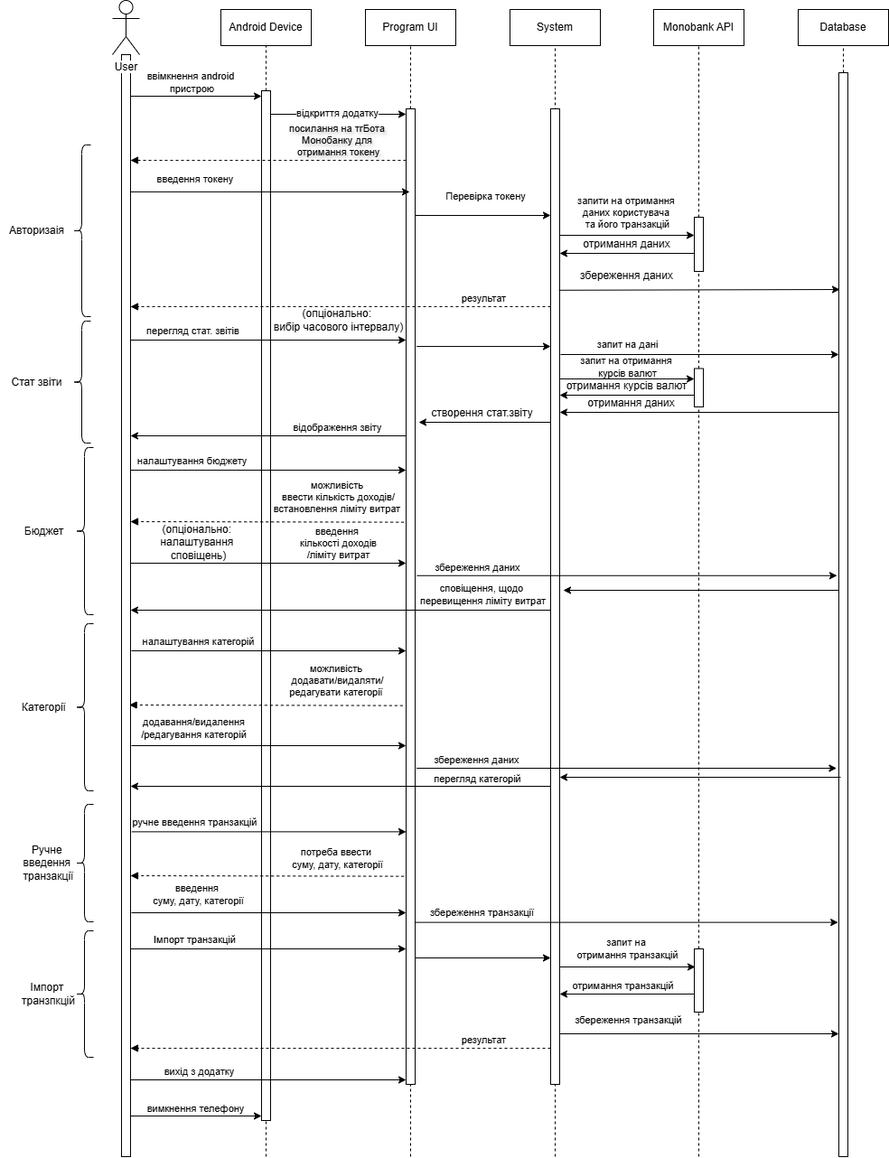
The draw.io diagram diagrams/UML/sequence_UMLdiag.drawio.png in deyme17/ExpensesTracker, before a commit. Source tidied: cells renumbered, new cells last; positions are measured from the earlier drawing's top-left corner, leaving out a move shared by most shapes.
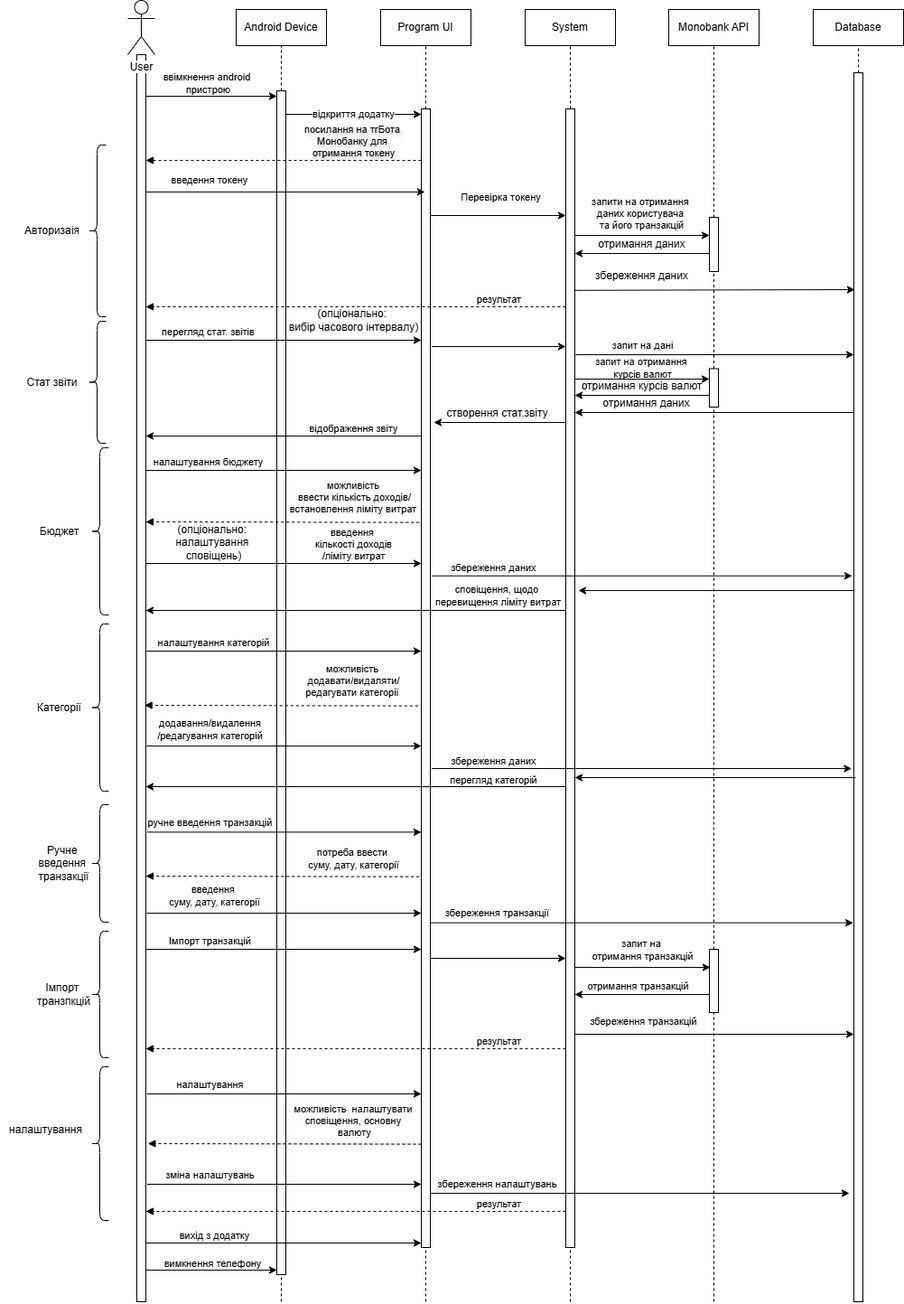
After the change.

The edit, as a diff of the source:
```diff
@@ -18,7 +18,7 @@
       <mxGeometry x="723" y="10" width="100" height="40" as="geometry" />
     </mxCell>
     <mxCell id="7" style="html=1;points=[[0,0,0,0,5],[0,1,0,0,-5],[1,0,0,0,5],[1,1,0,0,-5]];perimeter=orthogonalPerimeter;outlineConnect=0;targetShapes=umlLifeline;portConstraint=eastwest;newEdgeStyle={&quot;curved&quot;:0,&quot;rounded&quot;:0};" parent="1" vertex="1">
-      <mxGeometry x="134" y="60" width="10" height="1220" as="geometry" />
+      <mxGeometry x="134" y="60" width="10" height="1380" as="geometry" />
     </mxCell>
     <mxCell id="8" style="endArrow=none;dashed=1;html=1;rounded=0;entryX=0.5;entryY=1;entryDx=0;entryDy=0;" parent="1" edge="1" source="34" target="5">
       <mxGeometry relative="1" as="geometry" />
@@ -28,7 +28,7 @@
     </mxCell>
     <mxCell id="10" style="endArrow=none;dashed=1;html=1;rounded=0;entryX=0.5;entryY=1;entryDx=0;entryDy=0;" parent="1" edge="1" target="4">
       <mxGeometry relative="1" as="geometry">
-        <mxPoint x="614" y="1280" as="sourcePoint" />
+        <mxPoint x="614" y="1440" as="sourcePoint" />
       </mxGeometry>
     </mxCell>
     <mxCell id="11" style="endArrow=none;dashed=1;html=1;rounded=0;entryX=0.5;entryY=1;entryDx=0;entryDy=0;" parent="1" edge="1" source="19" target="3">
@@ -39,11 +39,11 @@
     </mxCell>
     <mxCell id="13" style="endArrow=none;dashed=1;html=1;rounded=0;entryX=0.5;entryY=1;entryDx=0;entryDy=0;" parent="1" edge="1" target="14">
       <mxGeometry relative="1" as="geometry">
-        <mxPoint x="294" y="1280" as="sourcePoint" />
+        <mxPoint x="294" y="1440" as="sourcePoint" />
       </mxGeometry>
     </mxCell>
     <mxCell id="14" style="html=1;points=[[0,0,0,0,5],[0,1,0,0,-5],[1,0,0,0,5],[1,1,0,0,-5]];perimeter=orthogonalPerimeter;outlineConnect=0;targetShapes=umlLifeline;portConstraint=eastwest;newEdgeStyle={&quot;curved&quot;:0,&quot;rounded&quot;:0};" parent="1" vertex="1">
-      <mxGeometry x="289" y="100" width="10" height="1140" as="geometry" />
+      <mxGeometry x="289" y="100" width="10" height="1310" as="geometry" />
     </mxCell>
     <mxCell id="15" value="&lt;span style=&quot;background-color: light-dark(#ffffff, var(--ge-dark-color, #121212));&quot;&gt;User&lt;/span&gt;" style="shape=umlActor;verticalLabelPosition=bottom;verticalAlign=top;html=1;" parent="1" vertex="1">
       <mxGeometry x="124" width="30" height="60" as="geometry" />
@@ -61,11 +61,11 @@
     </mxCell>
     <mxCell id="18" style="endArrow=none;dashed=1;html=1;rounded=0;entryX=0.5;entryY=1;entryDx=0;entryDy=0;" parent="1" edge="1" target="19">
       <mxGeometry relative="1" as="geometry">
-        <mxPoint x="454" y="1280" as="sourcePoint" />
+        <mxPoint x="454" y="1440" as="sourcePoint" />
       </mxGeometry>
     </mxCell>
     <mxCell id="19" style="html=1;points=[[0,0,0,0,5],[0,1,0,0,-5],[1,0,0,0,5],[1,1,0,0,-5]];perimeter=orthogonalPerimeter;outlineConnect=0;targetShapes=umlLifeline;portConstraint=eastwest;newEdgeStyle={&quot;curved&quot;:0,&quot;rounded&quot;:0};" parent="1" vertex="1">
-      <mxGeometry x="449" y="120" width="10" height="1080" as="geometry" />
+      <mxGeometry x="449" y="120" width="10" height="1260" as="geometry" />
     </mxCell>
     <mxCell id="20" style="endArrow=classic;html=1;rounded=0;entryX=0;entryY=0;entryDx=0;entryDy=5;entryPerimeter=0;" parent="1" edge="1">
       <mxGeometry relative="1" as="geometry">
@@ -79,7 +79,7 @@
       </mxGeometry>
     </mxCell>
     <mxCell id="22" style="html=1;points=[[0,0,0,0,5],[0,1,0,0,-5],[1,0,0,0,5],[1,1,0,0,-5]];perimeter=orthogonalPerimeter;outlineConnect=0;targetShapes=umlLifeline;portConstraint=eastwest;newEdgeStyle={&quot;curved&quot;:0,&quot;rounded&quot;:0};" parent="1" vertex="1">
-      <mxGeometry x="609" y="120" width="10" height="1080" as="geometry" />
+      <mxGeometry x="609" y="120" width="10" height="1260" as="geometry" />
     </mxCell>
     <mxCell id="23" style="html=1;verticalAlign=bottom;labelBackgroundColor=none;endArrow=block;endFill=1;dashed=1;rounded=0;" parent="1" edge="1">
       <mxGeometry relative="1" as="geometry">
@@ -137,7 +137,7 @@
       </mxGeometry>
     </mxCell>
     <mxCell id="34" style="html=1;points=[[0,0,0,0,5],[0,1,0,0,-5],[1,0,0,0,5],[1,1,0,0,-5]];perimeter=orthogonalPerimeter;outlineConnect=0;targetShapes=umlLifeline;portConstraint=eastwest;newEdgeStyle={&quot;curved&quot;:0,&quot;rounded&quot;:0};" parent="1" vertex="1">
-      <mxGeometry x="928" y="80" width="10" height="1200" as="geometry" />
+      <mxGeometry x="928" y="80" width="10" height="1360" as="geometry" />
     </mxCell>
     <mxCell id="35" style="endArrow=classic;html=1;rounded=0;" parent="1" edge="1" target="38">
       <mxGeometry relative="1" as="geometry">
@@ -463,7 +463,7 @@
     </mxCell>
     <mxCell id="103" style="endArrow=none;dashed=1;html=1;rounded=0;entryX=0.5;entryY=1;entryDx=0;entryDy=0;" parent="1" edge="1" target="104">
       <mxGeometry relative="1" as="geometry">
-        <mxPoint x="773" y="1280" as="sourcePoint" />
+        <mxPoint x="773" y="1440" as="sourcePoint" />
       </mxGeometry>
     </mxCell>
     <mxCell id="104" style="html=1;points=[[0,0,0,0,5],[0,1,0,0,-5],[1,0,0,0,5],[1,1,0,0,-5]];perimeter=orthogonalPerimeter;outlineConnect=0;targetShapes=umlLifeline;portConstraint=eastwest;newEdgeStyle={&quot;curved&quot;:0,&quot;rounded&quot;:0};" parent="1" vertex="1">
@@ -532,5 +532,66 @@
         <mxPoint y="-7" as="offset" />
       </mxGeometry>
     </mxCell>
+    <mxCell id="119" style="shape=curlyBracket;whiteSpace=wrap;html=1;rounded=1;labelPosition=left;verticalLabelPosition=middle;align=right;verticalAlign=middle;" parent="1" vertex="1">
+      <mxGeometry x="83" y="1180" width="20" height="170" as="geometry" />
+    </mxCell>
+    <mxCell id="120" value="налаштування" style="text;html=1;align=center;verticalAlign=middle;strokeColor=none;fillColor=none;" parent="1" vertex="1">
+      <mxGeometry x="-17" y="1235" width="100" height="30" as="geometry" />
+    </mxCell>
+    <mxCell id="121" style="endArrow=classic;html=1;rounded=0;exitX=1.138;exitY=0.738;exitDx=0;exitDy=0;exitPerimeter=0;" parent="1" edge="1">
+      <mxGeometry relative="1" as="geometry">
+        <mxPoint x="145.4" y="1210" as="sourcePoint" />
+        <mxPoint x="449" y="1210" as="targetPoint" />
+      </mxGeometry>
+    </mxCell>
+    <mxCell id="122" value="налаштування" style="edgeLabel;html=1;align=center;verticalAlign=middle;" parent="121" vertex="1">
+      <mxGeometry x="-0.61" y="-1" relative="1" as="geometry">
+        <mxPoint x="9" y="-12" as="offset" />
+      </mxGeometry>
+    </mxCell>
+    <mxCell id="123" style="html=1;verticalAlign=bottom;labelBackgroundColor=none;endArrow=block;endFill=1;dashed=1;rounded=0;exitX=-0.23;exitY=0.524;exitDx=0;exitDy=0;exitPerimeter=0;" parent="1" edge="1">
+      <mxGeometry relative="1" as="geometry">
+        <mxPoint x="449" y="1265.6" as="sourcePoint" />
+        <mxPoint x="146.3" y="1265" as="targetPoint" />
+      </mxGeometry>
+    </mxCell>
+    <mxCell id="124" value="можливість&amp;nbsp;&amp;nbsp;&lt;span style=&quot;background-color: light-dark(#ffffff, var(--ge-dark-color, #121212)); color: light-dark(rgb(0, 0, 0), rgb(255, 255, 255));&quot;&gt;налаштувати&amp;nbsp;&lt;/span&gt;&lt;div&gt;&lt;div&gt;сповіщення, основну&amp;nbsp;&lt;/div&gt;&lt;div&gt;валюту&lt;/div&gt;&lt;/div&gt;" style="edgeLabel;html=1;align=center;verticalAlign=middle;" parent="123" vertex="1">
+      <mxGeometry x="-0.64" relative="1" as="geometry">
+        <mxPoint x="-20" y="-26" as="offset" />
+      </mxGeometry>
+    </mxCell>
+    <mxCell id="125" style="endArrow=classic;html=1;rounded=0;exitX=1.138;exitY=0.738;exitDx=0;exitDy=0;exitPerimeter=0;" parent="1" edge="1">
+      <mxGeometry relative="1" as="geometry">
+        <mxPoint x="145.4" y="1310" as="sourcePoint" />
+        <mxPoint x="449" y="1310" as="targetPoint" />
+      </mxGeometry>
+    </mxCell>
+    <mxCell id="126" value="зміна налаштувань" style="edgeLabel;html=1;align=center;verticalAlign=middle;" parent="125" vertex="1">
+      <mxGeometry x="-0.61" y="-1" relative="1" as="geometry">
+        <mxPoint x="9" y="-12" as="offset" />
+      </mxGeometry>
+    </mxCell>
+    <mxCell id="127" style="endArrow=classic;html=1;rounded=0;exitX=1.138;exitY=0.738;exitDx=0;exitDy=0;exitPerimeter=0;" parent="1" edge="1">
+      <mxGeometry relative="1" as="geometry">
+        <mxPoint x="459" y="1320" as="sourcePoint" />
+        <mxPoint x="923" y="1320" as="targetPoint" />
+      </mxGeometry>
+    </mxCell>
+    <mxCell id="128" value="збереження налаштувань" style="edgeLabel;html=1;align=center;verticalAlign=middle;" parent="127" vertex="1">
+      <mxGeometry x="-0.61" y="-1" relative="1" as="geometry">
+        <mxPoint x="-18" y="-12" as="offset" />
+      </mxGeometry>
+    </mxCell>
+    <mxCell id="129" style="html=1;verticalAlign=bottom;labelBackgroundColor=none;endArrow=block;endFill=1;dashed=1;rounded=0;" parent="1" edge="1">
+      <mxGeometry relative="1" as="geometry">
+        <mxPoint x="609" y="1340" as="sourcePoint" />
+        <mxPoint x="144" y="1340" as="targetPoint" />
+      </mxGeometry>
+    </mxCell>
+    <mxCell id="130" value="результат" style="edgeLabel;html=1;align=center;verticalAlign=middle;" parent="129" vertex="1">
+      <mxGeometry x="-0.64" relative="1" as="geometry">
+        <mxPoint x="10" y="-9" as="offset" />
+      </mxGeometry>
+    </mxCell>
   </root>
 </mxGraphModel>
```
